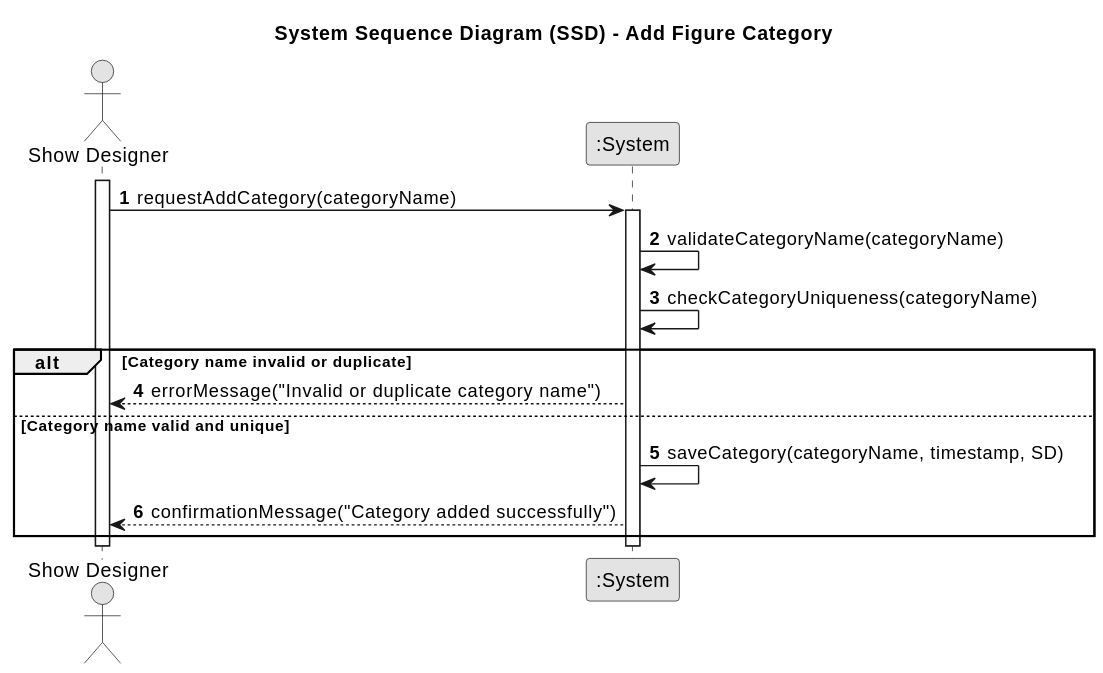
The PlantUML diagram docs/planning/sprint2/EAPLI/US245 - Add figure category/01.requirements-engineering/svg/us245-system-sequence-diagram.svg in SAEmanuel/Shodrone_ISEP, before a commit.
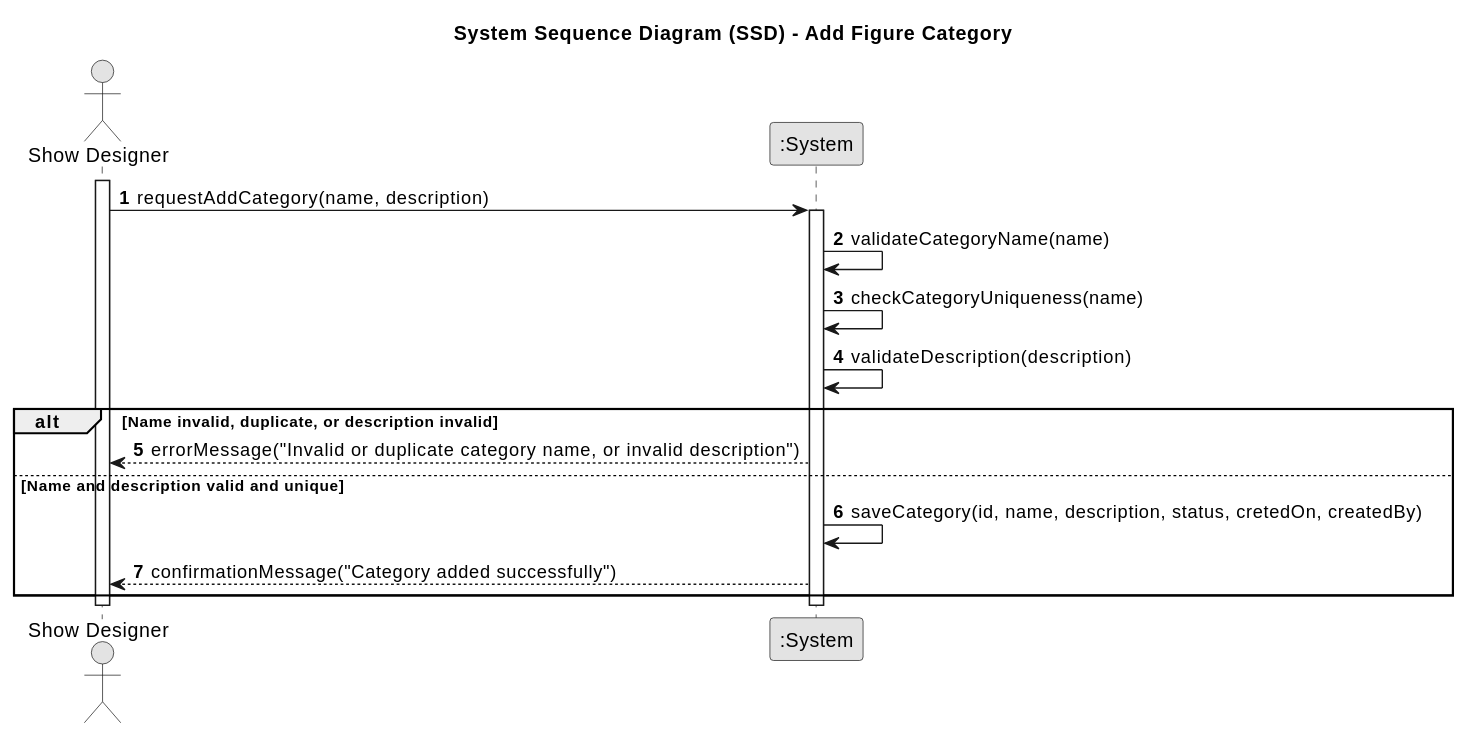
Later version of the same file.

Diff of the diagram source:
```diff
@@ -12,15 +12,16 @@
 
 activate SD
 
-SD -> System: requestAddCategory(categoryName)
+SD -> System: requestAddCategory(name, description)
 activate System
 
-System -> System: validateCategoryName(categoryName)
-System -> System: checkCategoryUniqueness(categoryName)
-alt Category name invalid or duplicate
-    System --> SD: errorMessage("Invalid or duplicate category name")
-else Category name valid and unique
-    System -> System: saveCategory(categoryName, timestamp, SD)
+System -> System: validateCategoryName(name)
+System -> System: checkCategoryUniqueness(name)
+System -> System: validateDescription(description)
+alt Name invalid, duplicate, or description invalid
+    System --> SD: errorMessage("Invalid or duplicate category name, or invalid description")
+else Name and description valid and unique
+    System -> System: saveCategory(id, name, description, status, cretedOn, createdBy)
     System --> SD: confirmationMessage("Category added successfully")
 end
 
```
